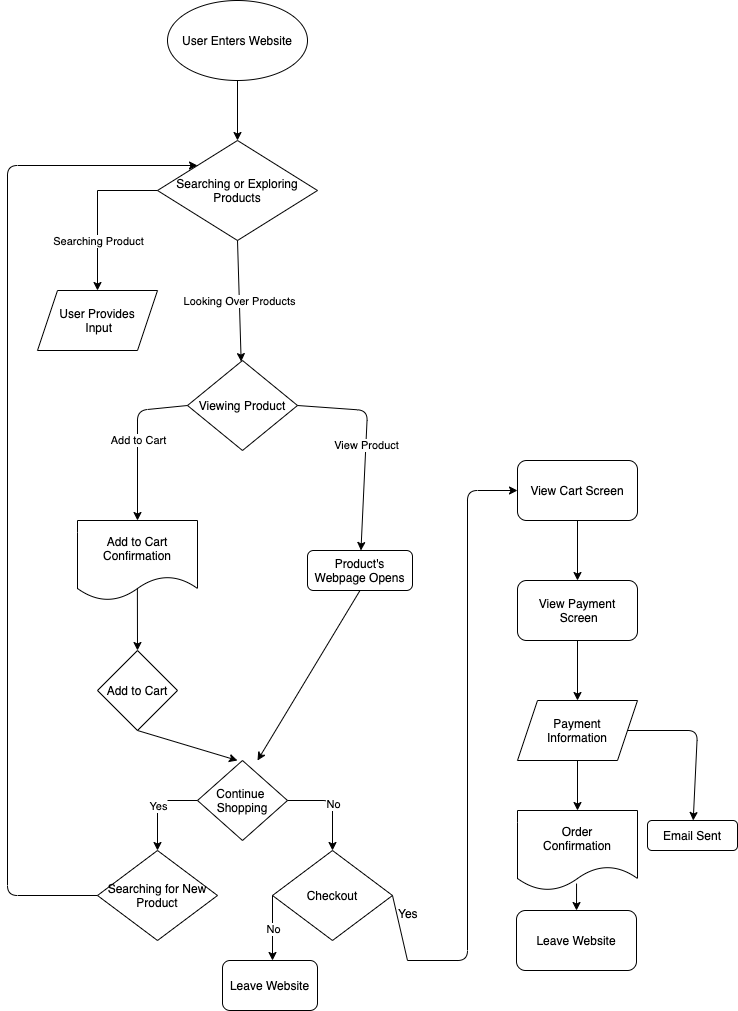
Earlier version of the draw.io export explore/diagramming/diagram.drawio.png (amc01/fa21-cse110-lab4). Source tidied: cells renumbered, new cells last; positions are measured from the earlier drawing's top-left corner, leaving out a move shared by most shapes.
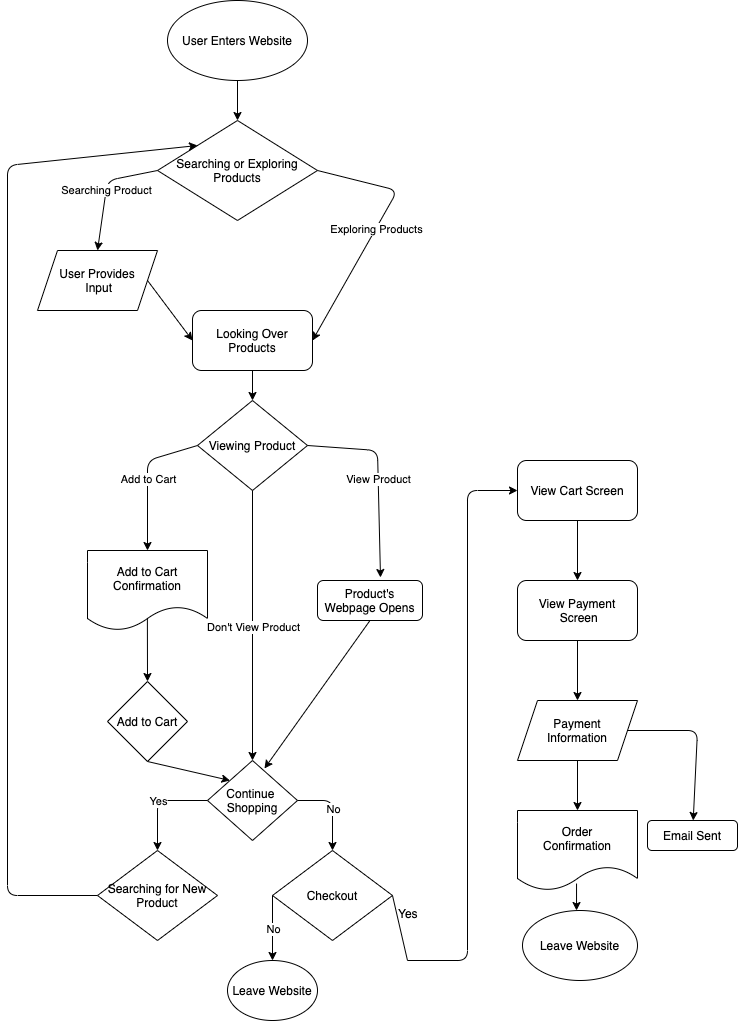
Above is the later version.

Change to the diagram source:
```diff
@@ -6,50 +6,51 @@
       <mxGeometry x="160" width="140" height="80" as="geometry" />
     </mxCell>
     <mxCell id="3" value="Searching or Exploring Products" style="rhombus;whiteSpace=wrap;html=1;" parent="1" vertex="1">
-      <mxGeometry x="150" y="140" width="160" height="100" as="geometry" />
+      <mxGeometry x="150" y="120" width="160" height="100" as="geometry" />
     </mxCell>
     <mxCell id="4" style="endArrow=classic;html=1;exitX=0.5;exitY=1;exitDx=0;exitDy=0;" parent="1" edge="1" source="2" target="3">
       <mxGeometry relative="1" as="geometry" />
     </mxCell>
     <mxCell id="5" value="User Provides&lt;br&gt;&amp;nbsp;Input" style="shape=parallelogram;perimeter=parallelogramPerimeter;whiteSpace=wrap;html=1;fixedSize=1;" parent="1" vertex="1">
-      <mxGeometry x="30" y="290" width="120" height="60" as="geometry" />
+      <mxGeometry x="30" y="250" width="120" height="60" as="geometry" />
     </mxCell>
-    <mxCell id="6" style="endArrow=none;html=1;entryX=0;entryY=0.5;entryDx=0;entryDy=0;" parent="1" edge="1" target="3">
-      <mxGeometry relative="1" as="geometry">
-        <mxPoint x="90" y="190" as="sourcePoint" />
-      </mxGeometry>
-    </mxCell>
-    <mxCell id="7" style="endArrow=classic;html=1;entryX=0.5;entryY=0;entryDx=0;entryDy=0;" parent="1" edge="1" target="5">
+    <mxCell id="7" style="endArrow=classic;html=1;entryX=0.5;entryY=0;entryDx=0;entryDy=0;exitX=0;exitY=0.5;exitDx=0;exitDy=0;" parent="1" edge="1" source="3" target="5">
       <mxGeometry relative="1" as="geometry">
-        <mxPoint x="90" y="190" as="sourcePoint" />
+        <Array as="points">
+          <mxPoint x="100" y="180" />
+        </Array>
       </mxGeometry>
     </mxCell>
     <mxCell id="8" value="Searching Product" style="edgeLabel;html=1;align=center;verticalAlign=middle;" parent="7" vertex="1">
       <mxGeometry relative="1" as="geometry" />
     </mxCell>
-    <mxCell id="9" style="endArrow=classic;html=1;exitX=0.5;exitY=1;exitDx=0;exitDy=0;" parent="1" edge="1" source="3" target="11">
-      <mxGeometry relative="1" as="geometry" />
+    <mxCell id="9" style="endArrow=classic;html=1;exitX=1;exitY=0.5;exitDx=0;exitDy=0;entryX=1;entryY=0.5;entryDx=0;entryDy=0;" parent="1" edge="1" source="3" target="51">
+      <mxGeometry relative="1" as="geometry">
+        <Array as="points">
+          <mxPoint x="390" y="190" />
+        </Array>
+      </mxGeometry>
     </mxCell>
-    <mxCell id="10" value="Looking Over Products" style="edgeLabel;html=1;align=center;verticalAlign=middle;" parent="9" vertex="1">
+    <mxCell id="10" value="Exploring Products" style="edgeLabel;html=1;align=center;verticalAlign=middle;" parent="9" vertex="1">
       <mxGeometry relative="1" as="geometry" />
     </mxCell>
     <mxCell id="11" value="Viewing Product" style="rhombus;whiteSpace=wrap;html=1;" parent="1" vertex="1">
-      <mxGeometry x="180" y="360" width="110" height="90" as="geometry" />
+      <mxGeometry x="190" y="400" width="110" height="90" as="geometry" />
     </mxCell>
     <mxCell id="12" style="endArrow=classic;html=1;exitX=0;exitY=0.5;exitDx=0;exitDy=0;entryX=0.5;entryY=0;entryDx=0;entryDy=0;" parent="1" edge="1" source="11" target="18">
       <mxGeometry relative="1" as="geometry">
         <Array as="points">
-          <mxPoint x="130" y="410" />
+          <mxPoint x="140" y="460" />
         </Array>
       </mxGeometry>
     </mxCell>
     <mxCell id="13" value="Add to Cart" style="edgeLabel;html=1;align=center;verticalAlign=middle;" parent="12" vertex="1">
       <mxGeometry relative="1" as="geometry" />
     </mxCell>
-    <mxCell id="14" style="endArrow=classic;html=1;exitX=1;exitY=0.5;exitDx=0;exitDy=0;" parent="1" edge="1" source="11" target="19">
+    <mxCell id="14" style="endArrow=classic;html=1;exitX=1;exitY=0.5;exitDx=0;exitDy=0;entryX=0.6;entryY=-0.075;entryDx=0;entryDy=0;entryPerimeter=0;" parent="1" edge="1" source="11" target="19">
       <mxGeometry relative="1" as="geometry">
         <Array as="points">
-          <mxPoint x="360" y="410" />
+          <mxPoint x="370" y="450" />
         </Array>
       </mxGeometry>
     </mxCell>
@@ -57,31 +58,27 @@
       <mxGeometry relative="1" as="geometry" />
     </mxCell>
     <mxCell id="16" value="Add to Cart" style="rhombus;whiteSpace=wrap;html=1;" parent="1" vertex="1">
-      <mxGeometry x="90" y="650" width="80" height="80" as="geometry" />
+      <mxGeometry x="100" y="681" width="80" height="80" as="geometry" />
     </mxCell>
     <mxCell id="17" style="endArrow=classic;html=1;exitX=0.499;exitY=0.827;exitDx=0;exitDy=0;exitPerimeter=0;" parent="1" edge="1" source="18">
       <mxGeometry relative="1" as="geometry">
-        <mxPoint x="130" y="650" as="targetPoint" />
+        <mxPoint x="140" y="681" as="targetPoint" />
       </mxGeometry>
     </mxCell>
     <mxCell id="18" value="&lt;span&gt;Add to Cart Confirmation&lt;/span&gt;" style="shape=document;whiteSpace=wrap;html=1;boundedLbl=1;" parent="1" vertex="1">
-      <mxGeometry x="70" y="520" width="120" height="80" as="geometry" />
+      <mxGeometry x="80" y="550" width="120" height="80" as="geometry" />
     </mxCell>
     <mxCell id="19" value="Product's Webpage Opens" style="rounded=1;whiteSpace=wrap;html=1;" parent="1" vertex="1">
-      <mxGeometry x="300" y="550" width="105" height="40" as="geometry" />
+      <mxGeometry x="310" y="580" width="105" height="40" as="geometry" />
     </mxCell>
-    <mxCell id="20" style="endArrow=classic;html=1;exitX=0.5;exitY=1;exitDx=0;exitDy=0;" parent="1" edge="1" source="16">
-      <mxGeometry relative="1" as="geometry">
-        <mxPoint x="230" y="760" as="targetPoint" />
-      </mxGeometry>
+    <mxCell id="20" style="endArrow=classic;html=1;exitX=0.5;exitY=1;exitDx=0;exitDy=0;entryX=0;entryY=0;entryDx=0;entryDy=0;" parent="1" edge="1" source="16" target="22">
+      <mxGeometry relative="1" as="geometry" />
     </mxCell>
-    <mxCell id="21" style="endArrow=classic;html=1;exitX=0.5;exitY=1;exitDx=0;exitDy=0;" parent="1" edge="1" source="19">
-      <mxGeometry relative="1" as="geometry">
-        <mxPoint x="250" y="760" as="targetPoint" />
-      </mxGeometry>
+    <mxCell id="21" style="endArrow=classic;html=1;exitX=0.5;exitY=1;exitDx=0;exitDy=0;entryX=0.633;entryY=0.1;entryDx=0;entryDy=0;entryPerimeter=0;" parent="1" edge="1" source="19" target="22">
+      <mxGeometry relative="1" as="geometry" />
     </mxCell>
     <mxCell id="22" value="Continue&amp;nbsp;&lt;br&gt;Shopping" style="rhombus;whiteSpace=wrap;html=1;" parent="1" vertex="1">
-      <mxGeometry x="190" y="760" width="90" height="80" as="geometry" />
+      <mxGeometry x="200" y="760" width="90" height="80" as="geometry" />
     </mxCell>
     <mxCell id="23" style="endArrow=classic;html=1;exitX=0;exitY=0.5;exitDx=0;exitDy=0;" parent="1" edge="1" source="22">
       <mxGeometry relative="1" as="geometry">
@@ -119,9 +116,6 @@
     <mxCell id="30" value="No" style="edgeLabel;html=1;align=center;verticalAlign=middle;" parent="29" vertex="1">
       <mxGeometry relative="1" as="geometry" />
     </mxCell>
-    <mxCell id="31" value="Leave Website" style="rounded=1;whiteSpace=wrap;html=1;" parent="1" vertex="1">
-      <mxGeometry x="215" y="960" width="95" height="50" as="geometry" />
-    </mxCell>
     <mxCell id="32" style="endArrow=classic;html=1;" parent="1" edge="1" target="33">
       <mxGeometry relative="1" as="geometry">
         <mxPoint x="400" y="960" as="sourcePoint" />
@@ -168,12 +162,11 @@
     <mxCell id="42" value="Order&lt;br&gt;Confirmation" style="shape=document;whiteSpace=wrap;html=1;boundedLbl=1;" parent="1" vertex="1">
       <mxGeometry x="510" y="810" width="120" height="80" as="geometry" />
     </mxCell>
-    <mxCell id="43" style="endArrow=classic;html=1;exitX=0.492;exitY=0.913;exitDx=0;exitDy=0;exitPerimeter=0;" parent="1" edge="1" source="42" target="44">
-      <mxGeometry relative="1" as="geometry" />
+    <mxCell id="43" style="endArrow=classic;html=1;exitX=0.492;exitY=0.913;exitDx=0;exitDy=0;exitPerimeter=0;" parent="1" edge="1" source="42">
+      <mxGeometry relative="1" as="geometry">
+        <mxPoint x="569" y="910" as="targetPoint" />
+      </mxGeometry>
     </mxCell>
-    <mxCell id="44" value="Leave Website" style="rounded=1;whiteSpace=wrap;html=1;" parent="1" vertex="1">
-      <mxGeometry x="509" y="910" width="120" height="60" as="geometry" />
-    </mxCell>
     <mxCell id="45" style="endArrow=classic;html=1;exitX=1;exitY=0.5;exitDx=0;exitDy=0;" parent="1" edge="1" source="39" target="46">
       <mxGeometry relative="1" as="geometry">
         <Array as="points">
@@ -184,5 +177,28 @@
     <mxCell id="46" value="Email Sent" style="rounded=1;whiteSpace=wrap;html=1;" parent="1" vertex="1">
       <mxGeometry x="640" y="820" width="90" height="30" as="geometry" />
     </mxCell>
+    <mxCell id="47" value="Leave Website" style="ellipse;whiteSpace=wrap;html=1;" parent="1" vertex="1">
+      <mxGeometry x="220" y="960" width="90" height="60" as="geometry" />
+    </mxCell>
+    <mxCell id="48" value="Leave Website" style="ellipse;whiteSpace=wrap;html=1;" parent="1" vertex="1">
+      <mxGeometry x="515" y="910" width="115" height="70" as="geometry" />
+    </mxCell>
+    <mxCell id="49" style="endArrow=classic;html=1;exitX=0.5;exitY=1;exitDx=0;exitDy=0;entryX=0.5;entryY=0;entryDx=0;entryDy=0;" parent="1" edge="1" source="11" target="22">
+      <mxGeometry relative="1" as="geometry" />
+    </mxCell>
+    <mxCell id="50" value="Don't View Product" style="edgeLabel;html=1;align=center;verticalAlign=middle;" parent="49" vertex="1">
+      <mxGeometry relative="1" as="geometry">
+        <mxPoint y="1" as="offset" />
+      </mxGeometry>
+    </mxCell>
+    <mxCell id="51" value="Looking Over Products" style="rounded=1;whiteSpace=wrap;html=1;" parent="1" vertex="1">
+      <mxGeometry x="185" y="310" width="120" height="60" as="geometry" />
+    </mxCell>
+    <mxCell id="52" style="endArrow=classic;html=1;exitX=1;exitY=0.5;exitDx=0;exitDy=0;entryX=0;entryY=0.5;entryDx=0;entryDy=0;" parent="1" edge="1" source="5" target="51">
+      <mxGeometry relative="1" as="geometry" />
+    </mxCell>
+    <mxCell id="53" style="endArrow=classic;html=1;exitX=0.5;exitY=1;exitDx=0;exitDy=0;entryX=0.5;entryY=0;entryDx=0;entryDy=0;" parent="1" edge="1" source="51" target="11">
+      <mxGeometry relative="1" as="geometry" />
+    </mxCell>
   </root>
 </mxGraphModel>
```
